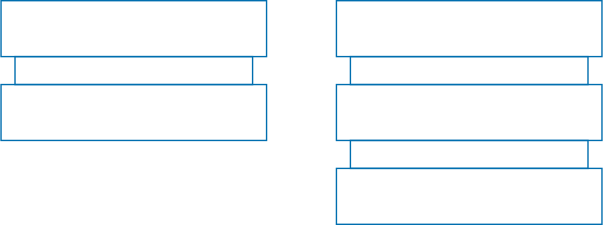
ucudal/ANDIS_Conceptos keeps this draw.io diagram as diagrams/Virtualization.svg. Above is the earlier version. Source tidied: cells renumbered, new cells last; positions are measured from the earlier drawing's top-left corner, leaving out a move shared by most shapes.
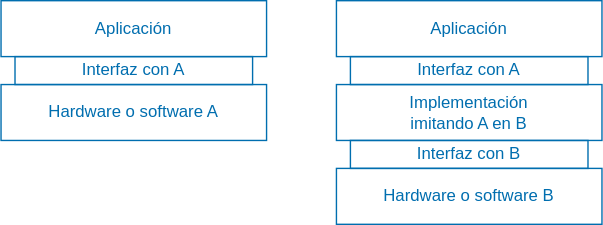
The same file after the commit.

The edit, as a diff of the source:
```diff
@@ -2,28 +2,28 @@
   <root>
     <mxCell id="0" />
     <mxCell id="1" parent="0" />
-    <mxCell id="2" value="Aplicación" style="rounded=0;whiteSpace=wrap;html=1;fillColor=none;fontColor=light-dark(#FFFFFF,#006EAF);strokeColor=light-dark(#006EAF,#006EAF);" parent="1" vertex="1">
+    <mxCell id="2" value="Aplicación" style="rounded=0;whiteSpace=wrap;html=1;fillColor=none;fontColor=light-dark(#006EAF,#006EAF);strokeColor=light-dark(#006EAF,#006EAF);" parent="1" vertex="1">
       <mxGeometry width="190" height="40" as="geometry" />
     </mxCell>
-    <mxCell id="3" value="Hardware o software A" style="rounded=0;whiteSpace=wrap;html=1;fillColor=none;fontColor=light-dark(#FFFFFF,#006EAF);strokeColor=light-dark(#006EAF,#006EAF);" parent="1" vertex="1">
+    <mxCell id="3" value="Hardware o software A" style="rounded=0;whiteSpace=wrap;html=1;fillColor=none;fontColor=light-dark(#006EAF,#006EAF);strokeColor=light-dark(#006EAF,#006EAF);" parent="1" vertex="1">
       <mxGeometry y="60" width="190" height="40" as="geometry" />
     </mxCell>
-    <mxCell id="4" value="Interfaz con A" style="rounded=0;whiteSpace=wrap;html=1;fillColor=none;fontColor=light-dark(#FFFFFF,#006EAF);strokeColor=light-dark(#006EAF,#006EAF);" parent="1" vertex="1">
+    <mxCell id="4" value="Interfaz con A" style="rounded=0;whiteSpace=wrap;html=1;fillColor=none;fontColor=light-dark(#006EAF,#006EAF);strokeColor=light-dark(#006EAF,#006EAF);" parent="1" vertex="1">
       <mxGeometry x="10" y="40" width="170" height="20" as="geometry" />
     </mxCell>
-    <mxCell id="5" value="Aplicación" style="rounded=0;whiteSpace=wrap;html=1;fillColor=none;fontColor=light-dark(#FFFFFF,#006EAF);strokeColor=light-dark(#006EAF,#006EAF);" parent="1" vertex="1">
+    <mxCell id="5" value="Aplicación" style="rounded=0;whiteSpace=wrap;html=1;fillColor=none;fontColor=light-dark(#006EAF,#006EAF);strokeColor=light-dark(#006EAF,#006EAF);" parent="1" vertex="1">
       <mxGeometry x="240" width="190" height="40" as="geometry" />
     </mxCell>
-    <mxCell id="6" value="Implementación&lt;br&gt;imitando A en B" style="rounded=0;whiteSpace=wrap;html=1;fillColor=none;fontColor=light-dark(#FFFFFF,#006EAF);strokeColor=light-dark(#006EAF,#006EAF);" parent="1" vertex="1">
+    <mxCell id="6" value="Implementación&lt;br&gt;imitando A en B" style="rounded=0;whiteSpace=wrap;html=1;fillColor=none;fontColor=light-dark(#006EAF,#006EAF);strokeColor=light-dark(#006EAF,#006EAF);" parent="1" vertex="1">
       <mxGeometry x="240" y="60" width="190" height="40" as="geometry" />
     </mxCell>
-    <mxCell id="7" value="Interfaz con A" style="rounded=0;whiteSpace=wrap;html=1;fillColor=none;fontColor=light-dark(#FFFFFF,#006EAF);strokeColor=light-dark(#006EAF,#006EAF);" parent="1" vertex="1">
+    <mxCell id="7" value="Interfaz con A" style="rounded=0;whiteSpace=wrap;html=1;fillColor=none;fontColor=light-dark(#006EAF,#006EAF);strokeColor=light-dark(#006EAF,#006EAF);" parent="1" vertex="1">
       <mxGeometry x="250" y="40" width="170" height="20" as="geometry" />
     </mxCell>
-    <mxCell id="8" value="Hardware o software B" style="rounded=0;whiteSpace=wrap;html=1;fillColor=none;fontColor=light-dark(#FFFFFF,#006EAF);strokeColor=light-dark(#006EAF,#006EAF);" parent="1" vertex="1">
+    <mxCell id="8" value="Hardware o software B" style="rounded=0;whiteSpace=wrap;html=1;fillColor=none;fontColor=light-dark(#006EAF,#006EAF);strokeColor=light-dark(#006EAF,#006EAF);" parent="1" vertex="1">
       <mxGeometry x="240" y="120" width="190" height="40" as="geometry" />
     </mxCell>
-    <mxCell id="9" value="Interfaz con B" style="rounded=0;whiteSpace=wrap;html=1;fillColor=none;fontColor=light-dark(#FFFFFF,#006EAF);strokeColor=light-dark(#006EAF,#006EAF);" parent="1" vertex="1">
+    <mxCell id="9" value="Interfaz con B" style="rounded=0;whiteSpace=wrap;html=1;fillColor=none;fontColor=light-dark(#006EAF,#006EAF);strokeColor=light-dark(#006EAF,#006EAF);" parent="1" vertex="1">
       <mxGeometry x="250" y="100" width="170" height="20" as="geometry" />
     </mxCell>
   </root>
```
